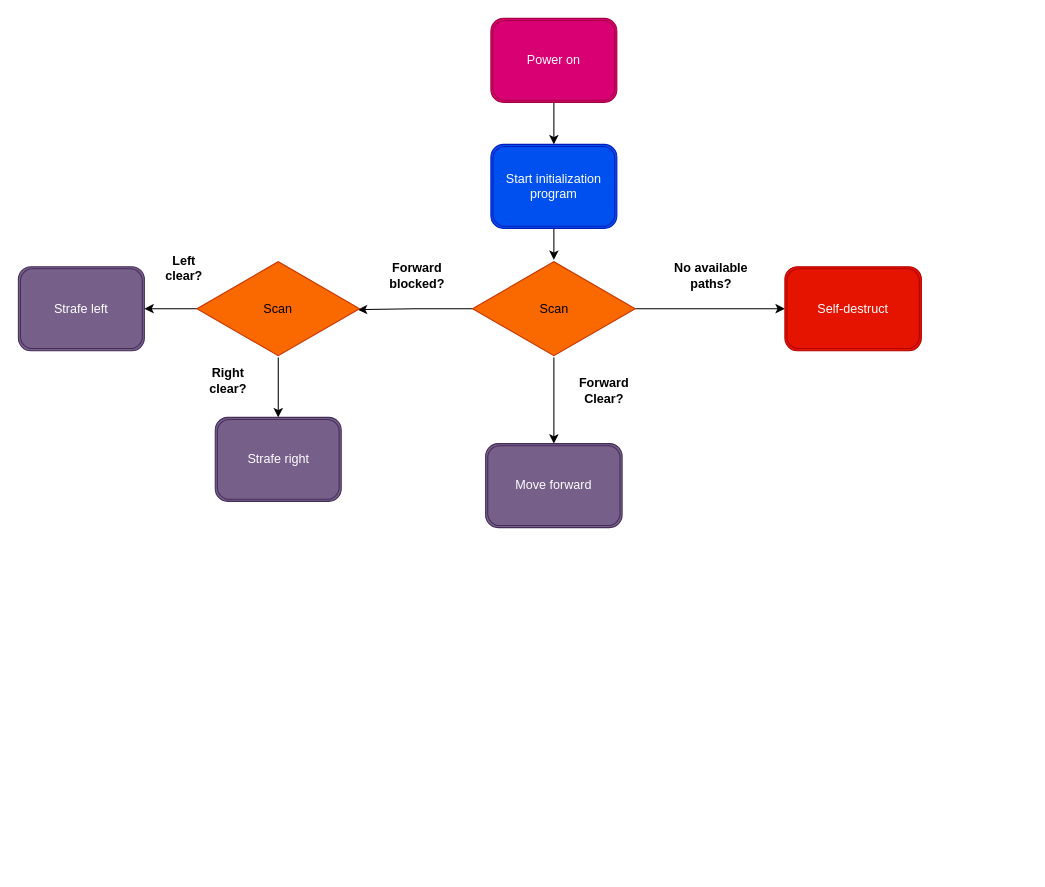
The draw.io diagram robotflow.drawio in helloalexpeterson/DrawIO, before the edit. Source tidied: cells renumbered, new cells numbered last; positions are measured from the earlier drawing's top-left corner, leaving out a move shared by most shapes. Both pictures are drawn from the tidied source at 105%, with x=0, y=0 at pixel (18, 18).
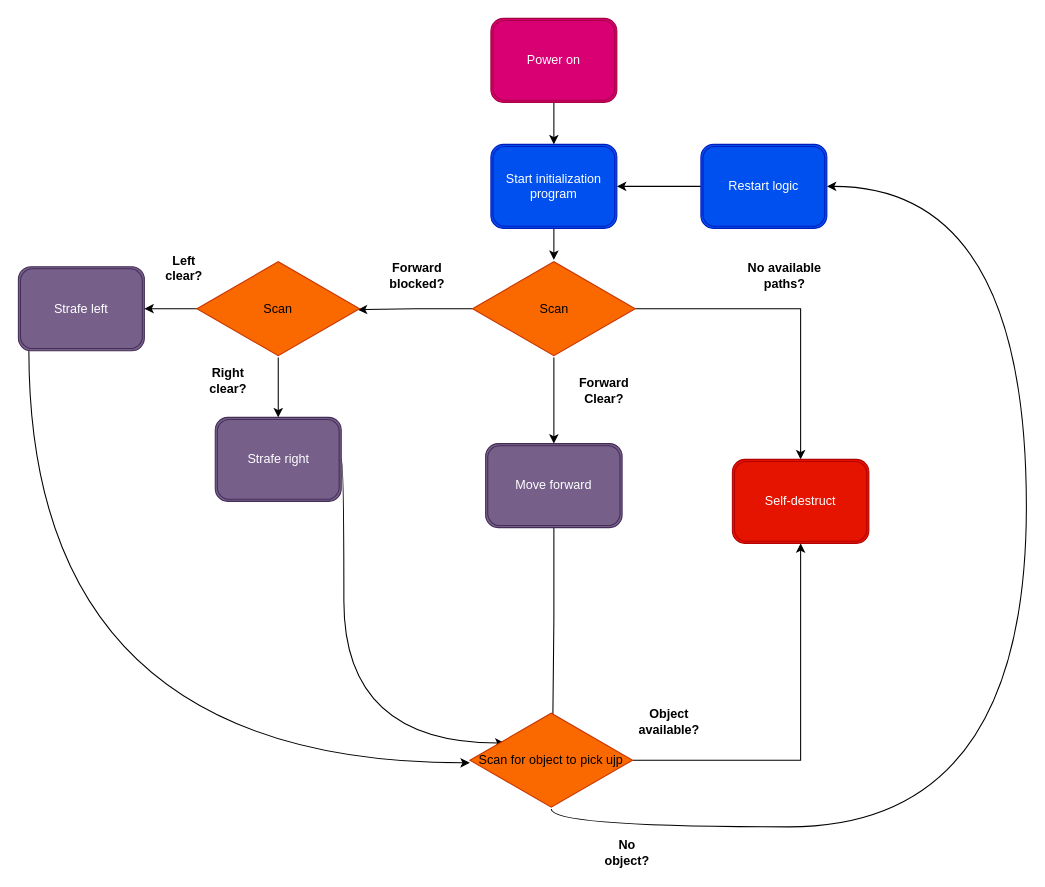
After the change.

The change refers to these unchanged cells:
```xml
<mxCell id="2" value="Strafe left" style="shape=ext;double=1;rounded=1;whiteSpace=wrap;html=1;fillColor=#76608a;fontColor=#ffffff;strokeColor=#432D57;" parent="1" vertex="1">
  <mxGeometry y="236.5" width="120" height="80" as="geometry" />
</mxCell>
<mxCell id="4" value="Start initialization program" style="shape=ext;double=1;rounded=1;whiteSpace=wrap;html=1;fillColor=#0050ef;fontColor=#ffffff;strokeColor=#001DBC;" parent="1" vertex="1">
  <mxGeometry x="450" y="120" width="120" height="80" as="geometry" />
</mxCell>
<mxCell id="11" value="Move forward" style="shape=ext;double=1;rounded=1;whiteSpace=wrap;html=1;fillColor=#76608a;fontColor=#ffffff;strokeColor=#432D57;" parent="1" vertex="1">
  <mxGeometry x="445" y="405" width="130" height="80" as="geometry" />
</mxCell>
<mxCell id="12" value="Strafe right" style="shape=ext;double=1;rounded=1;whiteSpace=wrap;html=1;fillColor=#76608a;fontColor=#ffffff;strokeColor=#432D57;" parent="1" vertex="1">
  <mxGeometry x="187.5" y="380" width="120" height="80" as="geometry" />
</mxCell>
```

The edit, as a diff of the source:
```diff
@@
+    <mxCell id="22" style="edgeStyle=orthogonalEdgeStyle;jettySize=auto;html=1;curved=1;entryX=0;entryY=0.527;entryDx=0;entryDy=0;entryPerimeter=0;endArrow=classic;endFill=1;" parent="1" edge="1" source="2" target="27">
+      <mxGeometry relative="1" as="geometry">
+        <Array as="points">
+          <mxPoint x="10" y="709" />
+        </Array>
+      </mxGeometry>
+    </mxCell>
@@
+    <mxCell id="23" style="edgeStyle=orthogonalEdgeStyle;rounded=0;jettySize=auto;html=1;entryX=0.51;entryY=0.043;entryDx=0;entryDy=0;entryPerimeter=0;endArrow=none;endFill=0;" parent="1" edge="1" source="11" target="27">
+      <mxGeometry relative="1" as="geometry" />
+    </mxCell>
@@
+    <mxCell id="24" style="edgeStyle=orthogonalEdgeStyle;jettySize=auto;html=1;entryX=0.213;entryY=0.323;entryDx=0;entryDy=0;entryPerimeter=0;curved=1;" parent="1" edge="1" source="12" target="27">
+      <mxGeometry relative="1" as="geometry">
+        <Array as="points">
+          <mxPoint x="310" y="420" />
+          <mxPoint x="310" y="690" />
+        </Array>
+      </mxGeometry>
+    </mxCell>
@@
     <mxCell id="18" value="Self-destruct" style="shape=ext;double=1;rounded=1;whiteSpace=wrap;html=1;fillColor=#e51400;fontColor=#ffffff;strokeColor=#B20000;" parent="1" vertex="1">
-      <mxGeometry x="730" y="236.5" width="130" height="80" as="geometry" />
+      <mxGeometry x="680" y="420" width="130" height="80" as="geometry" />
     </mxCell>
     <mxCell id="19" value="No available paths?" style="text;html=1;strokeColor=none;fillColor=none;align=center;verticalAlign=middle;whiteSpace=wrap;rounded=0;fontStyle=1;" parent="1" vertex="1">
-      <mxGeometry x="610" y="223.2" width="100" height="43.5" as="geometry" />
+      <mxGeometry x="680" y="223.2" width="100" height="43.5" as="geometry" />
     </mxCell>
@@
+    <mxCell id="25" style="edgeStyle=orthogonalEdgeStyle;jettySize=auto;html=1;curved=1;entryX=1;entryY=0.5;entryDx=0;entryDy=0;" parent="1" edge="1" source="27" target="29">
+      <mxGeometry relative="1" as="geometry">
+        <Array as="points">
+          <mxPoint x="508" y="770" />
+          <mxPoint x="960" y="770" />
+          <mxPoint x="960" y="160" />
+        </Array>
+      </mxGeometry>
+    </mxCell>
+    <mxCell id="26" style="edgeStyle=orthogonalEdgeStyle;rounded=0;jettySize=auto;html=1;entryX=0.5;entryY=1;entryDx=0;entryDy=0;" parent="1" edge="1" source="27" target="18">
+      <mxGeometry relative="1" as="geometry" />
+    </mxCell>
+    <mxCell id="27" value="Scan for object to pick ujp" style="html=1;whiteSpace=wrap;shape=isoRectangle;fillColor=#fa6800;fontColor=#000000;strokeColor=#C73500;" parent="1" vertex="1">
+      <mxGeometry x="430" y="660" width="155" height="93" as="geometry" />
+    </mxCell>
+    <mxCell id="28" style="edgeStyle=orthogonalEdgeStyle;rounded=0;jettySize=auto;html=1;entryX=1;entryY=0.5;entryDx=0;entryDy=0;" parent="1" edge="1" source="29" target="4">
+      <mxGeometry relative="1" as="geometry" />
+    </mxCell>
+    <mxCell id="29" value="Restart logic" style="shape=ext;double=1;rounded=1;whiteSpace=wrap;html=1;fillColor=#0050ef;fontColor=#ffffff;strokeColor=#001DBC;" parent="1" vertex="1">
+      <mxGeometry x="650" y="120" width="120" height="80" as="geometry" />
+    </mxCell>
+    <mxCell id="30" value="No object?" style="text;html=1;strokeColor=none;fillColor=none;align=center;verticalAlign=middle;whiteSpace=wrap;rounded=0;fontStyle=1;" parent="1" vertex="1">
+      <mxGeometry x="550" y="780" width="60" height="30" as="geometry" />
+    </mxCell>
+    <mxCell id="31" value="Object available?" style="text;html=1;strokeColor=none;fillColor=none;align=center;verticalAlign=middle;whiteSpace=wrap;rounded=0;fontStyle=1;" parent="1" vertex="1">
+      <mxGeometry x="590" y="660" width="60" height="20" as="geometry" />
+    </mxCell>
```
